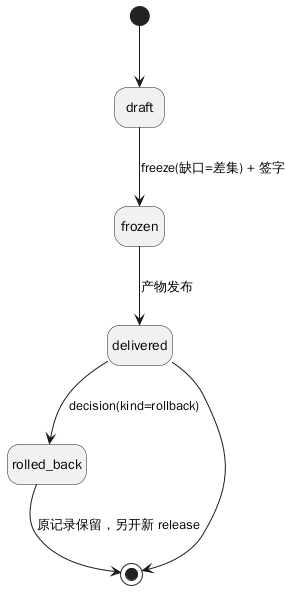
Before: design/diagrams/uml-state-release.png, a diagram exported from PlantUML (raitpor/dsh-software-dev-office). Source of this version:
```plantuml
@startuml
hide empty description
[*] --> draft
draft --> frozen : freeze(缺口=差集) + 签字
frozen --> delivered : 产物发布
delivered --> rolled_back : decision(kind=rollback)
rolled_back --> [*] : 原记录保留，另开新 release
delivered --> [*]
@enduml
```
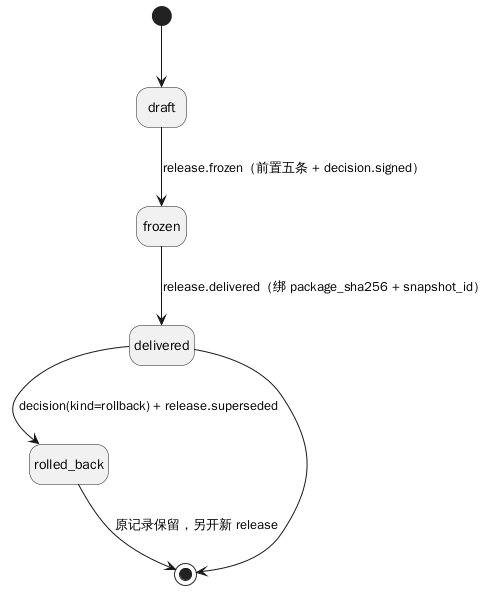
The same diagram one commit later.

Change to the diagram source:
```diff
@@ -1,9 +1,9 @@
 @startuml
 hide empty description
 [*] --> draft
-draft --> frozen : freeze(缺口=差集) + 签字
-frozen --> delivered : 产物发布
-delivered --> rolled_back : decision(kind=rollback)
+draft --> frozen : release.frozen（前置五条 + decision.signed）
+frozen --> delivered : release.delivered（绑 package_sha256 + snapshot_id）
+delivered --> rolled_back : decision(kind=rollback) + release.superseded
 rolled_back --> [*] : 原记录保留，另开新 release
 delivered --> [*]
 @enduml
```
